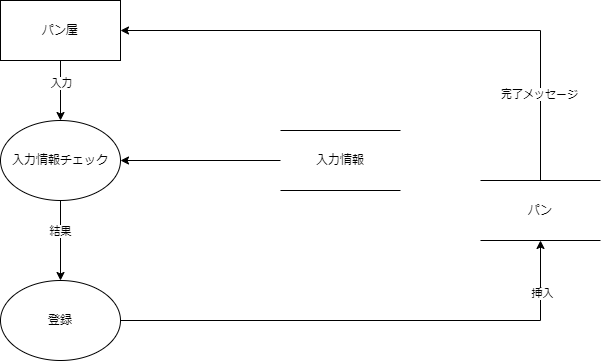
Pyama1013/Sotsu.Gamen keeps this draw.io diagram as DFD/パン屋アカウント登録.drawio.png. Above is the earlier version. Source tidied: cells renumbered, new cells last; positions are measured from the earlier drawing's top-left corner, leaving out a move shared by most shapes.
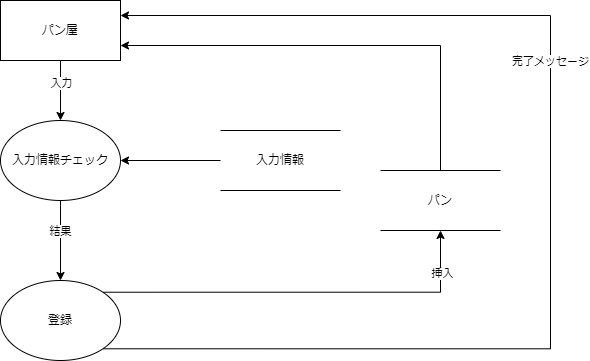
The same diagram one commit later.

Commit message:
Update パン屋アカウント登録.drawio.png

What changed in the source:
```diff
@@ -8,12 +8,9 @@
     <mxCell id="3" value="入力" style="edgeLabel;html=1;align=center;verticalAlign=middle;" parent="2" vertex="1">
       <mxGeometry x="-0.25" relative="1" as="geometry" />
     </mxCell>
-    <mxCell id="4" style="edgeStyle=orthogonalEdgeStyle;rounded=0;jettySize=auto;html=1;exitX=0.5;exitY=0;exitDx=0;exitDy=0;entryX=1;entryY=0.5;entryDx=0;entryDy=0;" parent="1" edge="1" source="15" target="6">
+    <mxCell id="4" style="edgeStyle=orthogonalEdgeStyle;rounded=0;jettySize=auto;html=1;exitX=0.5;exitY=0;exitDx=0;exitDy=0;entryX=1;entryY=0.75;entryDx=0;entryDy=0;" parent="1" edge="1" source="15" target="6">
       <mxGeometry relative="1" as="geometry" />
     </mxCell>
-    <mxCell id="5" value="完了メッセージ" style="edgeLabel;html=1;align=center;verticalAlign=middle;" parent="4" vertex="1">
-      <mxGeometry x="-0.69" y="2" relative="1" as="geometry" />
-    </mxCell>
     <mxCell id="6" value="パン屋" style="rounded=0;whiteSpace=wrap;html=1;" parent="1" vertex="1">
       <mxGeometry width="120" height="60" as="geometry" />
     </mxCell>
@@ -26,14 +23,25 @@
     <mxCell id="9" value="入力情報チェック" style="ellipse;whiteSpace=wrap;html=1;" parent="1" vertex="1">
       <mxGeometry y="120" width="120" height="80" as="geometry" />
     </mxCell>
-    <mxCell id="10" style="edgeStyle=orthogonalEdgeStyle;rounded=0;jettySize=auto;html=1;exitX=1;exitY=0.5;exitDx=0;exitDy=0;" parent="1" edge="1" source="12">
-      <mxGeometry relative="1" as="geometry">
-        <mxPoint x="540" y="240" as="targetPoint" />
-      </mxGeometry>
+    <mxCell id="10" style="edgeStyle=orthogonalEdgeStyle;rounded=0;jettySize=auto;html=1;entryX=0.5;entryY=1;entryDx=0;entryDy=0;exitX=1;exitY=0;exitDx=0;exitDy=0;" parent="1" edge="1" source="12" target="15">
+      <mxGeometry relative="1" as="geometry" />
     </mxCell>
     <mxCell id="11" value="挿入" style="edgeLabel;html=1;align=center;verticalAlign=middle;" parent="10" vertex="1">
       <mxGeometry x="0.79" y="-1" relative="1" as="geometry" />
     </mxCell>
+    <mxCell id="16" style="edgeStyle=orthogonalEdgeStyle;rounded=0;jettySize=auto;html=1;exitX=1;exitY=1;exitDx=0;exitDy=0;entryX=1;entryY=0.25;entryDx=0;entryDy=0;" parent="1" edge="1" source="12" target="6">
+      <mxGeometry relative="1" as="geometry">
+        <Array as="points">
+          <mxPoint x="550" y="348" />
+          <mxPoint x="550" y="15" />
+        </Array>
+      </mxGeometry>
+    </mxCell>
+    <mxCell id="5" value="完了メッセージ" style="edgeLabel;html=1;align=center;verticalAlign=middle;" parent="16" vertex="1">
+      <mxGeometry x="0.36" y="-4" relative="1" as="geometry">
+        <mxPoint x="41" y="49" as="offset" />
+      </mxGeometry>
+    </mxCell>
     <mxCell id="12" value="登録" style="ellipse;whiteSpace=wrap;html=1;" parent="1" vertex="1">
       <mxGeometry y="280" width="120" height="80" as="geometry" />
     </mxCell>
@@ -41,10 +49,10 @@
       <mxGeometry relative="1" as="geometry" />
     </mxCell>
     <mxCell id="14" value="入力情報" style="shape=partialRectangle;whiteSpace=wrap;html=1;left=0;right=0;fillColor=none;" parent="1" vertex="1">
-      <mxGeometry x="280" y="130" width="120" height="60" as="geometry" />
+      <mxGeometry x="220" y="130" width="120" height="60" as="geometry" />
     </mxCell>
     <mxCell id="15" value="パン" style="shape=partialRectangle;whiteSpace=wrap;html=1;left=0;right=0;fillColor=none;" parent="1" vertex="1">
-      <mxGeometry x="480" y="180" width="120" height="60" as="geometry" />
+      <mxGeometry x="380" y="170" width="120" height="60" as="geometry" />
     </mxCell>
   </root>
 </mxGraphModel>
```
